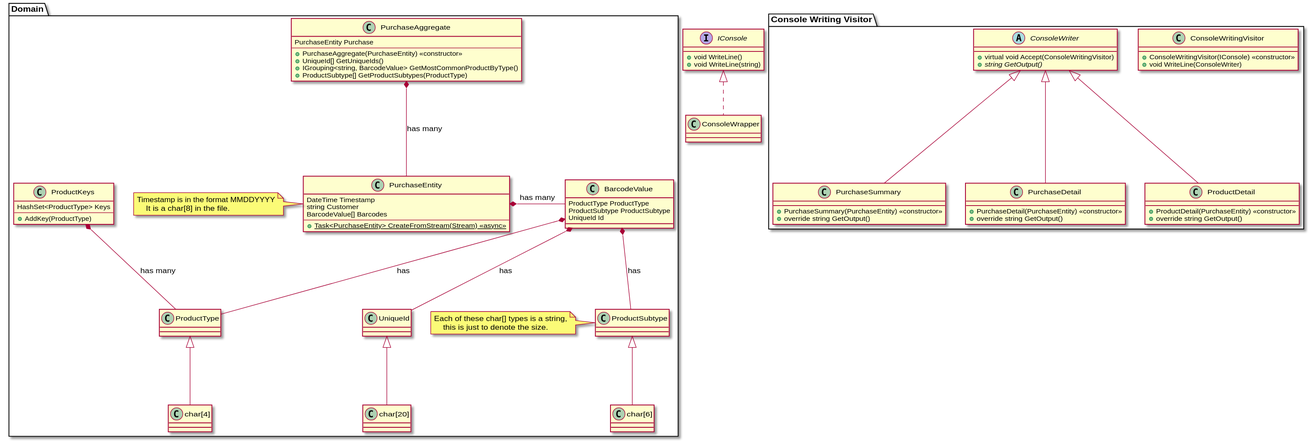
Before: docs/classStructure.svg, a diagram exported from PlantUML (aholmes/2020-InterviewRound3).
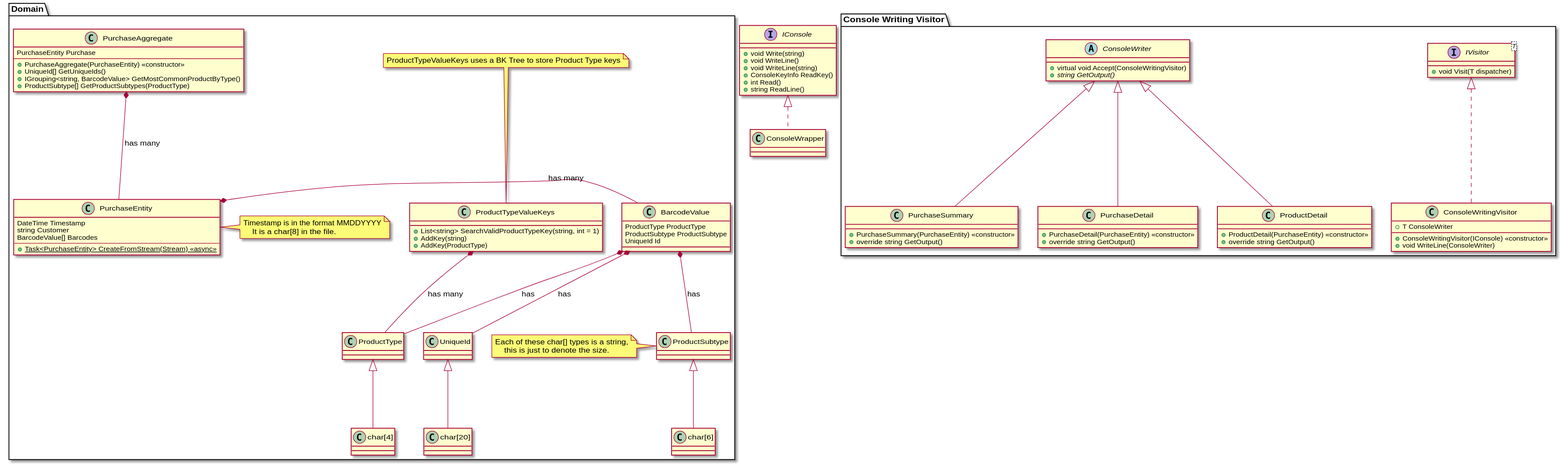
The same diagram one commit later.

Diff of the diagram source:
```diff
@@ -1,10 +1,13 @@
 @startuml
 package "Domain" as Domain {
-    class ProductKeys {
-        HashSet<ProductType> Keys
-        --
+    class ProductTypeValueKeys {
+        +List<string> SearchValidProductTypeKey(string, int = 1)
+        +AddKey(string)
         +AddKey(ProductType)
     }
+    note top
+    ProductTypeValueKeys uses a BK Tree to store Product Type keys
+    end note
 
     class PurchaseEntity {
         DateTime Timestamp
@@ -49,7 +52,7 @@
     BarcodeValue *-- ProductSubtype : has
     BarcodeValue *-- UniqueId : has
 
-    ProductKeys *-- ProductType : has many
+    ProductTypeValueKeys *-- ProductType : has many
 
     PurchaseEntity *- BarcodeValue : has many
 
@@ -57,7 +60,11 @@
 }
 
 package "Console Writing Visitor" as ConsoleWritingVisitor {
-    class ConsoleWritingVisitor {
+    interface IVisitor<T> {
+        +void Visit(T dispatcher)
+    }
+    class ConsoleWritingVisitor implements IVisitor {
+        +T ConsoleWriter
         +ConsoleWritingVisitor(IConsole) <<constructor>>
         +void WriteLine(ConsoleWriter)
     }
@@ -80,8 +87,13 @@
 }
 
 interface IConsole {
+    +void Write(string)
     +void WriteLine()
     +void WriteLine(string)
+    +ConsoleKeyInfo ReadKey()
+    +int Read()
+    +string ReadLine()
+
 }
 
 class ConsoleWrapper implements IConsole
```
